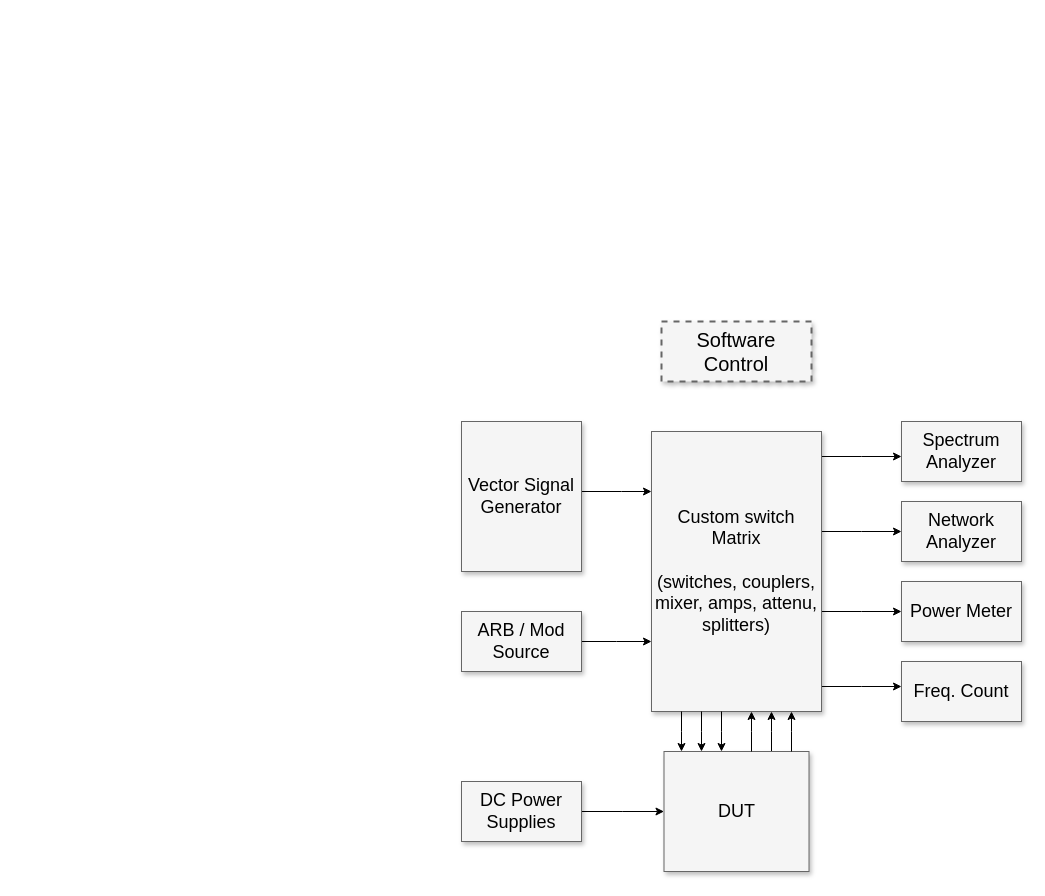
ajbi676/images keeps this draw.io diagram as Untitled Diagram.drawio. Above is the earlier version. Source tidied: cells renumbered, new cells numbered last; positions are measured from the earlier drawing's top-left corner, leaving out a move shared by most shapes. Both pictures are drawn from the tidied source at 100%, with x=0, y=0 at pixel (461, 321).
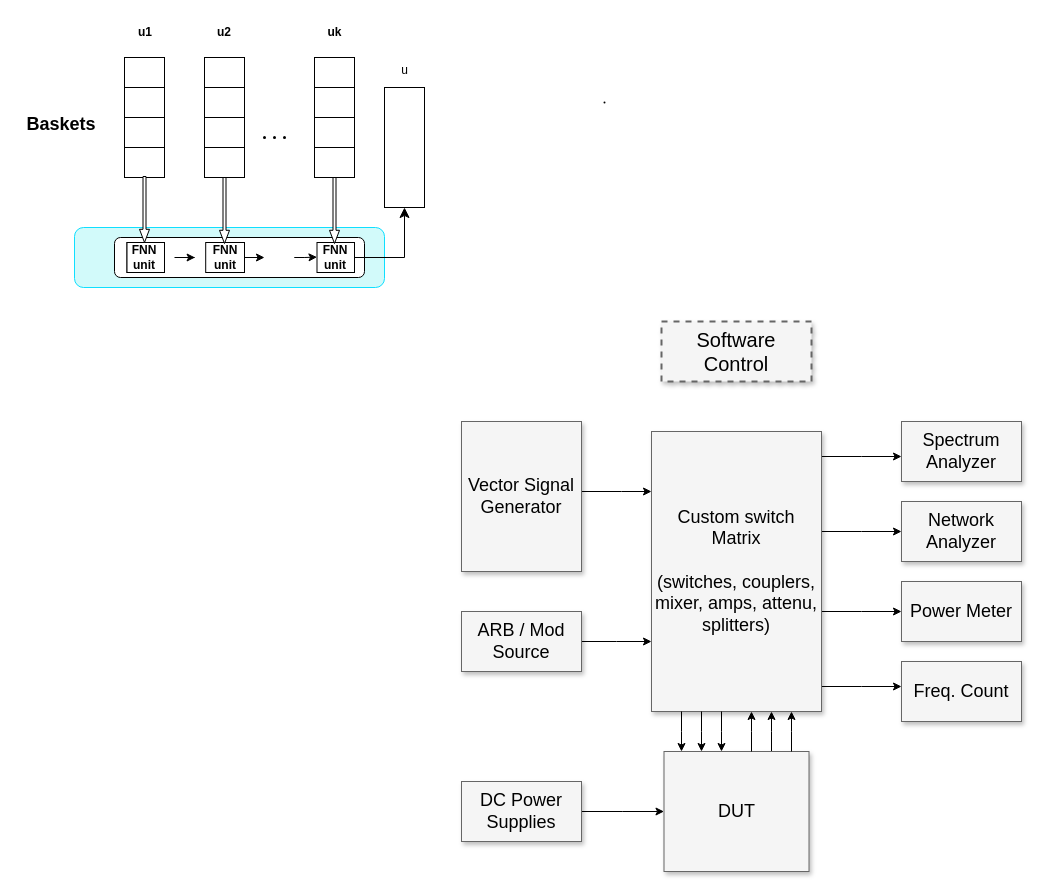
After the change.

Change to the diagram source:
```diff
@@
+    <mxCell id="25" style="rounded=0;whiteSpace=wrap;html=1;" parent="1" vertex="1">
+      <mxGeometry x="-337" y="-264" width="40" height="30" as="geometry" />
+    </mxCell>
+    <mxCell id="26" style="rounded=0;whiteSpace=wrap;html=1;" parent="1" vertex="1">
+      <mxGeometry x="-337" y="-264" width="40" height="30" as="geometry" />
+    </mxCell>
+    <mxCell id="27" style="rounded=0;whiteSpace=wrap;html=1;" parent="1" vertex="1">
+      <mxGeometry x="-337" y="-234" width="40" height="30" as="geometry" />
+    </mxCell>
+    <mxCell id="28" style="rounded=0;whiteSpace=wrap;html=1;" parent="1" vertex="1">
+      <mxGeometry x="-337" y="-204" width="40" height="30" as="geometry" />
+    </mxCell>
+    <mxCell id="29" style="rounded=0;whiteSpace=wrap;html=1;" parent="1" vertex="1">
+      <mxGeometry x="-337" y="-174" width="40" height="30" as="geometry" />
+    </mxCell>
+    <mxCell id="30" style="rounded=0;whiteSpace=wrap;html=1;" parent="1" vertex="1">
+      <mxGeometry x="-257" y="-264" width="40" height="30" as="geometry" />
+    </mxCell>
+    <mxCell id="31" style="rounded=0;whiteSpace=wrap;html=1;" parent="1" vertex="1">
+      <mxGeometry x="-257" y="-264" width="40" height="30" as="geometry" />
+    </mxCell>
+    <mxCell id="32" style="rounded=0;whiteSpace=wrap;html=1;" parent="1" vertex="1">
+      <mxGeometry x="-257" y="-234" width="40" height="30" as="geometry" />
+    </mxCell>
+    <mxCell id="33" style="rounded=0;whiteSpace=wrap;html=1;" parent="1" vertex="1">
+      <mxGeometry x="-257" y="-204" width="40" height="30" as="geometry" />
+    </mxCell>
+    <mxCell id="34" style="rounded=0;whiteSpace=wrap;html=1;" parent="1" vertex="1">
+      <mxGeometry x="-257" y="-174" width="40" height="30" as="geometry" />
+    </mxCell>
+    <mxCell id="35" style="rounded=0;whiteSpace=wrap;html=1;" parent="1" vertex="1">
+      <mxGeometry x="-147" y="-264" width="40" height="30" as="geometry" />
+    </mxCell>
+    <mxCell id="36" style="rounded=0;whiteSpace=wrap;html=1;" parent="1" vertex="1">
+      <mxGeometry x="-147" y="-264" width="40" height="30" as="geometry" />
+    </mxCell>
+    <mxCell id="37" style="rounded=0;whiteSpace=wrap;html=1;" parent="1" vertex="1">
+      <mxGeometry x="-147" y="-234" width="40" height="30" as="geometry" />
+    </mxCell>
+    <mxCell id="38" style="rounded=0;whiteSpace=wrap;html=1;" parent="1" vertex="1">
+      <mxGeometry x="-147" y="-204" width="40" height="30" as="geometry" />
+    </mxCell>
+    <mxCell id="39" style="rounded=0;whiteSpace=wrap;html=1;" parent="1" vertex="1">
+      <mxGeometry x="-147" y="-174" width="40" height="30" as="geometry" />
+    </mxCell>
+    <mxCell id="40" style="rounded=1;whiteSpace=wrap;html=1;strokeColor=#0FDFFF;fillColor=#D2FAFA;" parent="1" vertex="1">
+      <mxGeometry x="-387" y="-94" width="310" height="60" as="geometry" />
+    </mxCell>
+    <mxCell id="41" style="rounded=1;whiteSpace=wrap;html=1;" parent="1" vertex="1">
+      <mxGeometry x="-347" y="-84" width="250" height="40" as="geometry" />
+    </mxCell>
+    <mxCell id="42" style="rounded=0;whiteSpace=wrap;html=1;" parent="1" vertex="1">
+      <mxGeometry x="-334.5" y="-79" width="37.5" height="30" as="geometry" />
+    </mxCell>
+    <mxCell id="43" style="rounded=0;whiteSpace=wrap;html=1;" parent="1" vertex="1">
+      <mxGeometry x="-334.5" y="-79" width="37.5" height="30" as="geometry" />
+    </mxCell>
+    <mxCell id="44" style="rounded=0;whiteSpace=wrap;html=1;" parent="1" vertex="1">
+      <mxGeometry x="-255.8" y="-79" width="38.8" height="30" as="geometry" />
+    </mxCell>
+    <mxCell id="45" style="rounded=0;whiteSpace=wrap;html=1;" parent="1" vertex="1">
+      <mxGeometry x="-144.5" y="-79" width="37.5" height="30" as="geometry" />
+    </mxCell>
+    <mxCell id="46" style="shape=singleArrow;direction=south;whiteSpace=wrap;html=1;" parent="1" vertex="1">
+      <mxGeometry x="-322" y="-145" width="10" height="66" as="geometry" />
+    </mxCell>
+    <mxCell id="47" style="shape=singleArrow;direction=south;whiteSpace=wrap;html=1;" parent="1" vertex="1">
+      <mxGeometry x="-242" y="-144" width="10" height="66" as="geometry" />
+    </mxCell>
+    <mxCell id="48" style="shape=singleArrow;direction=south;whiteSpace=wrap;html=1;" parent="1" vertex="1">
+      <mxGeometry x="-132" y="-144" width="10" height="66" as="geometry" />
+    </mxCell>
+    <mxCell id="49" style="edgeStyle=segmentEdgeStyle;endArrow=classic;html=1;curved=0;rounded=0;endSize=8;startSize=8;" parent="1" edge="1">
+      <mxGeometry relative="1" as="geometry">
+        <mxPoint x="-107" y="-64" as="sourcePoint" />
+        <mxPoint x="-57" y="-114" as="targetPoint" />
+      </mxGeometry>
+    </mxCell>
+    <mxCell id="50" style="rounded=0;whiteSpace=wrap;html=1;direction=south;" parent="1" vertex="1">
+      <mxGeometry x="-77" y="-234" width="40" height="120" as="geometry" />
+    </mxCell>
+    <mxCell id="51" value="&lt;b&gt;u1&lt;/b&gt;" style="text;html=1;strokeColor=none;fillColor=none;align=center;verticalAlign=middle;whiteSpace=wrap;rounded=0;" parent="1" vertex="1">
+      <mxGeometry x="-345.8" y="-304" width="60" height="30" as="geometry" />
+    </mxCell>
+    <mxCell id="52" value="&lt;b&gt;u2&lt;/b&gt;" style="text;html=1;strokeColor=none;fillColor=none;align=center;verticalAlign=middle;whiteSpace=wrap;rounded=0;" parent="1" vertex="1">
+      <mxGeometry x="-267" y="-304" width="60" height="30" as="geometry" />
+    </mxCell>
+    <mxCell id="53" value="&lt;b&gt;uk&lt;/b&gt;" style="text;html=1;align=center;verticalAlign=middle;strokeColor=none;fillColor=none;" parent="1" vertex="1">
+      <mxGeometry x="-147" y="-304" width="40" height="30" as="geometry" />
+    </mxCell>
+    <mxCell id="54" style="edgeStyle=orthogonalEdgeStyle;rounded=0;jettySize=auto;html=1;" parent="1" edge="1" source="55" target="57">
+      <mxGeometry relative="1" as="geometry" />
+    </mxCell>
+    <mxCell id="55" value="&lt;b&gt;FNN&lt;br&gt;unit&lt;/b&gt;" style="text;html=1;strokeColor=none;fillColor=none;align=center;verticalAlign=middle;whiteSpace=wrap;rounded=0;" parent="1" vertex="1">
+      <mxGeometry x="-347" y="-79" width="60" height="30" as="geometry" />
+    </mxCell>
+    <mxCell id="56" style="edgeStyle=orthogonalEdgeStyle;rounded=0;orthogonalLoop=1;jettySize=auto;html=1;" parent="1" edge="1">
+      <mxGeometry relative="1" as="geometry">
+        <mxPoint x="-217" y="-64" as="sourcePoint" />
+        <mxPoint x="-197" y="-64" as="targetPoint" />
+      </mxGeometry>
+    </mxCell>
+    <mxCell id="57" value="&lt;b&gt;FNN&lt;br&gt;unit&lt;/b&gt;" style="text;html=1;strokeColor=none;fillColor=none;align=center;verticalAlign=middle;whiteSpace=wrap;rounded=0;" parent="1" vertex="1">
+      <mxGeometry x="-266.4" y="-79" width="60" height="30" as="geometry" />
+    </mxCell>
+    <mxCell id="58" value="&lt;b&gt;FNN&lt;br&gt;unit&lt;/b&gt;" style="text;html=1;strokeColor=none;fillColor=none;align=center;verticalAlign=middle;whiteSpace=wrap;rounded=0;" parent="1" vertex="1">
+      <mxGeometry x="-155.8" y="-79" width="60" height="30" as="geometry" />
+    </mxCell>
+    <mxCell id="59" style="edgeStyle=none;orthogonalLoop=1;jettySize=auto;html=1;rounded=0;" parent="1" edge="1">
+      <mxGeometry relative="1" as="geometry">
+        <mxPoint x="-157" y="-64" as="sourcePoint" />
+        <mxPoint x="-144.5" y="-64.4" as="targetPoint" />
+        <Array as="points">
+          <mxPoint x="-167" y="-64" />
+          <mxPoint x="-157" y="-64" />
+        </Array>
+      </mxGeometry>
+    </mxCell>
+    <mxCell id="60" value="u" style="text;html=1;align=center;verticalAlign=middle;strokeColor=none;fillColor=none;" parent="1" vertex="1">
+      <mxGeometry x="-72" y="-266" width="30" height="30" as="geometry" />
+    </mxCell>
+    <mxCell id="61" style="shape=waypoint;sketch=0;fillStyle=solid;size=3;fillColor=none;perimeter=centerPerimeter;" parent="1" vertex="1">
+      <mxGeometry x="-207" y="-194" width="20" height="20" as="geometry" />
+    </mxCell>
+    <mxCell id="62" style="shape=waypoint;sketch=0;fill;style=solid;size=2;fillColor=none;perimeter=centerPerimeter;" parent="1" vertex="1">
+      <mxGeometry x="133" y="-229" width="20" height="20" as="geometry" />
+    </mxCell>
+    <mxCell id="63" style="shape=waypoint;sketch=0;fillStyle=solid;size=3;fillColor=none;perimeter=centerPerimeter;" parent="1" vertex="1">
+      <mxGeometry x="-197" y="-194" width="20" height="20" as="geometry" />
+    </mxCell>
+    <mxCell id="64" style="shape=waypoint;sketch=0;fillStyle=solid;size=3;fillColor=none;perimeter=centerPerimeter;" parent="1" vertex="1">
+      <mxGeometry x="-187" y="-194" width="20" height="20" as="geometry" />
+    </mxCell>
+    <mxCell id="65" value="&lt;b&gt;&lt;font style=&quot;font-size: 18px;&quot;&gt;Baskets&lt;/font&gt;&lt;/b&gt;" style="text;html=1;strokeColor=none;fillColor=none;align=center;verticalAlign=middle;whiteSpace=wrap;rounded=0;rotation=0;" parent="1" vertex="1">
+      <mxGeometry x="-444.5" y="-236" width="87.5" height="77.5" as="geometry" />
+    </mxCell>
```
